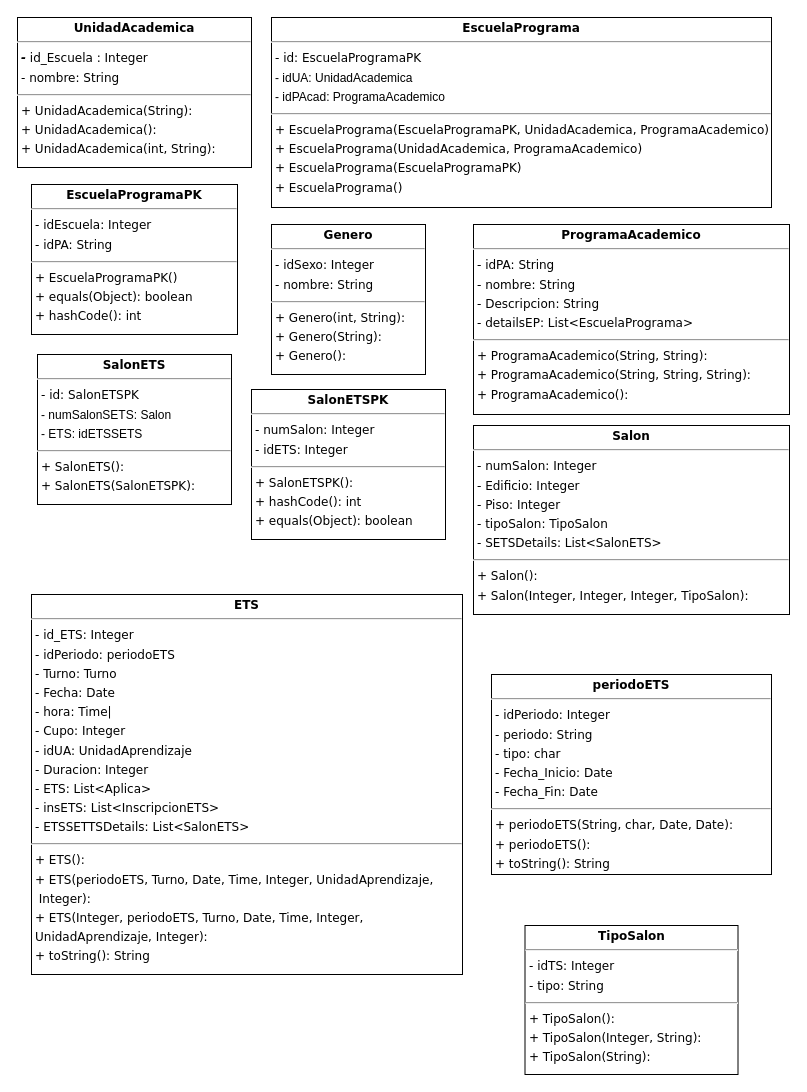
This is page "EntidadesP1" (2 of 4) of Clases/Diagrama Entidades Servidor.drawio from Jajr16/DocumentacionTT, a draw.io file, before an edit. Source tidied: cells renumbered, new cells numbered last; positions are measured from the earlier drawing's top-left corner, leaving out a move shared by most shapes. Both pictures are drawn from the tidied source at 100%, with x=0, y=0 at pixel (17, 17).
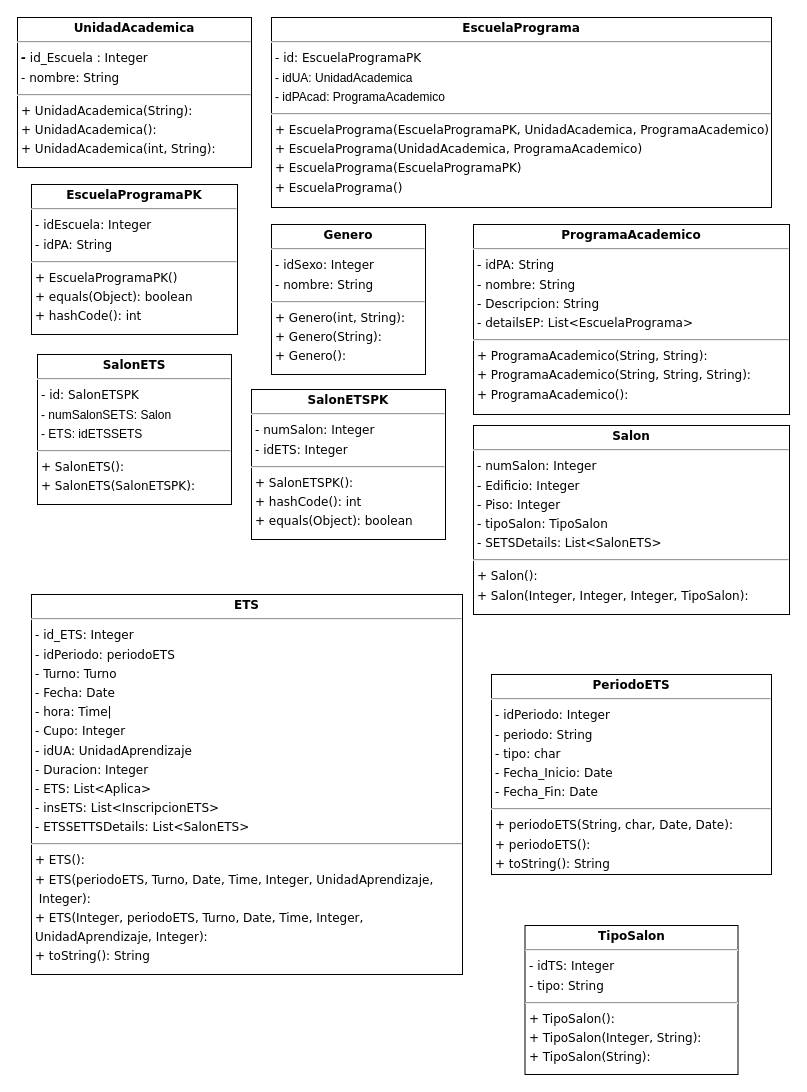
After the change.

Diff of the diagram source:
```diff
@@
 <mxGraphModel>
   <root>
     <mxCell id="0" />
     <mxCell id="1" parent="0" />
     <mxCell id="2" value="&lt;p style=&quot;margin:0px;margin-top:4px;text-align:center;&quot;&gt;&lt;b&gt;ETS&lt;/b&gt;&lt;/p&gt;&lt;hr&gt;&lt;p style=&quot;margin:0 0 0 4px;line-height:1.6;&quot;&gt;- id_ETS: Integer&lt;/p&gt;&lt;p style=&quot;margin:0 0 0 4px;line-height:1.6;&quot;&gt;- idPeriodo: periodoETS&lt;/p&gt;&lt;p style=&quot;margin:0 0 0 4px;line-height:1.6;&quot;&gt;- Turno: Turno&lt;/p&gt;&lt;p style=&quot;margin:0 0 0 4px;line-height:1.6;&quot;&gt;- Fecha: Date&lt;/p&gt;&lt;p style=&quot;margin:0 0 0 4px;line-height:1.6;&quot;&gt;- hora: Time|&lt;/p&gt;&lt;p style=&quot;margin:0 0 0 4px;line-height:1.6;&quot;&gt;- Cupo: Integer&lt;br&gt;- idUA: UnidadAprendizaje&lt;br&gt;- Duracion: Integer&lt;br&gt;- ETS: List&amp;lt;Aplica&amp;gt;&lt;/p&gt;&lt;p style=&quot;margin:0 0 0 4px;line-height:1.6;&quot;&gt;- insETS: List&amp;lt;InscripcionETS&amp;gt;&lt;br&gt;- ETSSETTSDetails: List&amp;lt;SalonETS&amp;gt;&lt;br&gt;&lt;/p&gt;&lt;hr&gt;&lt;p style=&quot;margin:0 0 0 4px;line-height:1.6;&quot;&gt;+ ETS():&lt;br&gt;+ ETS(periodoETS, Turno, Date, Time, Integer, UnidadAprendizaje,&lt;br&gt;&amp;nbsp;Integer):&lt;br&gt;+ ETS(Integer, periodoETS, Turno, Date, Time, Integer, &lt;br&gt;UnidadAprendizaje, Integer):&lt;/p&gt;&lt;p style=&quot;margin:0 0 0 4px;line-height:1.6;&quot;&gt;+ toString(): String&lt;/p&gt;" style="verticalAlign=top;align=left;overflow=fill;fontSize=12;fontFamily=Verdana;html=1;rounded=0;shadow=0;comic=0;labelBackgroundColor=none;strokeWidth=1;" parent="1" vertex="1">
       <mxGeometry x="14" y="577" width="431" height="380" as="geometry" />
     </mxCell>
     <mxCell id="3" value="&lt;p style=&quot;margin:0px;margin-top:4px;text-align:center;&quot;&gt;&lt;b&gt;EscuelaPrograma&lt;/b&gt;&lt;/p&gt;&lt;hr&gt;&lt;p style=&quot;margin:0 0 0 4px;line-height:1.6;&quot;&gt;&lt;/p&gt;&lt;p style=&quot;margin:0 0 0 4px;line-height:1.6;&quot;&gt;- id: EscuelaProgramaPK&lt;/p&gt;&lt;p style=&quot;margin:0 0 0 4px;line-height:1.6;&quot;&gt;&lt;span style=&quot;font-family: Helvetica; text-wrap-mode: wrap;&quot;&gt;- idUA:&amp;nbsp;UnidadAcademica&lt;/span&gt;&lt;/p&gt;&lt;p style=&quot;margin:0 0 0 4px;line-height:1.6;&quot;&gt;&lt;span style=&quot;font-family: Helvetica; text-wrap-mode: wrap;&quot;&gt;- idPAcad:&amp;nbsp;ProgramaAcademico&lt;/span&gt;&lt;span style=&quot;font-family: Helvetica; text-wrap-mode: wrap;&quot;&gt;&lt;/span&gt;&lt;/p&gt;&lt;hr&gt;&lt;p style=&quot;margin:0 0 0 4px;line-height:1.6;&quot;&gt;+ EscuelaPrograma(EscuelaProgramaPK, UnidadAcademica, ProgramaAcademico)&lt;br&gt;+ EscuelaPrograma(UnidadAcademica, ProgramaAcademico)&lt;br&gt;+ EscuelaPrograma(EscuelaProgramaPK)&lt;br&gt;+ EscuelaPrograma()&lt;/p&gt;" style="verticalAlign=top;align=left;overflow=fill;fontSize=12;fontFamily=Verdana;html=1;rounded=0;shadow=0;comic=0;labelBackgroundColor=none;strokeWidth=1;" parent="1" vertex="1">
       <mxGeometry x="254" width="500" height="190" as="geometry" />
     </mxCell>
     <mxCell id="4" value="&lt;p style=&quot;margin:0px;margin-top:4px;text-align:center;&quot;&gt;&lt;b&gt;EscuelaProgramaPK&lt;/b&gt;&lt;/p&gt;&lt;hr&gt;&lt;p style=&quot;margin:0 0 0 4px;line-height:1.6;&quot;&gt;- idEscuela: Integer&lt;br&gt;- idPA: String&lt;/p&gt;&lt;hr&gt;&lt;p style=&quot;margin:0 0 0 4px;line-height:1.6;&quot;&gt;+ EscuelaProgramaPK()&lt;/p&gt;&lt;p style=&quot;margin:0 0 0 4px;line-height:1.6;&quot;&gt;+ equals(Object): boolean&lt;br&gt;+ hashCode(): int&lt;/p&gt;" style="verticalAlign=top;align=left;overflow=fill;fontSize=12;fontFamily=Verdana;html=1;rounded=0;shadow=0;comic=0;labelBackgroundColor=none;strokeWidth=1;" parent="1" vertex="1">
       <mxGeometry x="14" y="167" width="206" height="150" as="geometry" />
     </mxCell>
     <mxCell id="5" value="&lt;p style=&quot;margin:0px;margin-top:4px;text-align:center;&quot;&gt;&lt;b&gt;ProgramaAcademico&lt;/b&gt;&lt;/p&gt;&lt;hr&gt;&lt;p style=&quot;margin:0 0 0 4px;line-height:1.6;&quot;&gt;- idPA: String&lt;/p&gt;&lt;p style=&quot;margin:0 0 0 4px;line-height:1.6;&quot;&gt;- nombre: String&lt;br&gt;- Descripcion: String&lt;br&gt;- detailsEP: List&amp;lt;EscuelaPrograma&amp;gt;&lt;br&gt;&lt;/p&gt;&lt;hr&gt;&lt;p style=&quot;margin:0 0 0 4px;line-height:1.6;&quot;&gt;+ ProgramaAcademico(String, String):&lt;br&gt;+ ProgramaAcademico(String, String, String):&lt;br&gt;+ ProgramaAcademico():&lt;/p&gt;&lt;div&gt;&lt;br&gt;&lt;/div&gt;" style="verticalAlign=top;align=left;overflow=fill;fontSize=12;fontFamily=Verdana;html=1;rounded=0;shadow=0;comic=0;labelBackgroundColor=none;strokeWidth=1;" parent="1" vertex="1">
       <mxGeometry x="456" y="207" width="316" height="190" as="geometry" />
     </mxCell>
     <mxCell id="6" value="&lt;p style=&quot;margin:0px;margin-top:4px;text-align:center;&quot;&gt;&lt;b&gt;Salon&lt;/b&gt;&lt;/p&gt;&lt;hr&gt;&lt;p style=&quot;margin: 0px 0px 0px 4px; line-height: 1.6;&quot;&gt;- numSalon: Integer&lt;br&gt;- Edificio: Integer&lt;br&gt;- Piso: Integer&lt;br&gt;- tipoSalon: TipoSalon&lt;/p&gt;&lt;p style=&quot;margin: 0px 0px 0px 4px; line-height: 1.6;&quot;&gt;- SETSDetails: List&amp;lt;SalonETS&amp;gt;&lt;br&gt;&lt;/p&gt;&lt;hr&gt;&lt;p style=&quot;margin:0 0 0 4px;line-height:1.6;&quot;&gt;&lt;span style=&quot;background-color: transparent; color: light-dark(rgb(0, 0, 0), rgb(255, 255, 255));&quot;&gt;+ Salon():&lt;/span&gt;&lt;/p&gt;&lt;p style=&quot;margin: 0px 0px 0px 4px; line-height: 1.6;&quot;&gt;+ Salon(Integer, Integer, Integer, TipoSalon):&lt;/p&gt;" style="verticalAlign=top;align=left;overflow=fill;fontSize=12;fontFamily=Verdana;html=1;rounded=0;shadow=0;comic=0;labelBackgroundColor=none;strokeWidth=1;" parent="1" vertex="1">
       <mxGeometry x="456" y="408" width="316" height="189" as="geometry" />
     </mxCell>
     <mxCell id="7" value="&lt;p style=&quot;margin:0px;margin-top:4px;text-align:center;&quot;&gt;&lt;b&gt;SalonETS&lt;/b&gt;&lt;/p&gt;&lt;hr&gt;&lt;p style=&quot;margin: 0px 0px 0px 4px; line-height: 1.6;&quot;&gt;- id: SalonETSPK&lt;/p&gt;&lt;p style=&quot;margin: 0px 0px 0px 4px; line-height: 1.6;&quot;&gt;&lt;span style=&quot;font-family: Helvetica; text-wrap-mode: wrap;&quot;&gt;- numSalonSETS:&amp;nbsp;Salon&lt;/span&gt;&lt;/p&gt;&lt;p style=&quot;margin: 0px 0px 0px 4px; line-height: 1.6;&quot;&gt;&lt;span style=&quot;font-family: Helvetica; text-wrap-mode: wrap;&quot;&gt;- ETS:&amp;nbsp;idETSSETS&lt;/span&gt;&lt;/p&gt;&lt;hr&gt;&lt;p style=&quot;margin:0 0 0 4px;line-height:1.6;&quot;&gt;&lt;span style=&quot;background-color: transparent; color: light-dark(rgb(0, 0, 0), rgb(255, 255, 255));&quot;&gt;+ SalonETS():&lt;/span&gt;&lt;/p&gt;&lt;p style=&quot;margin:0 0 0 4px;line-height:1.6;&quot;&gt;+ SalonETS(SalonETSPK):&lt;span style=&quot;font-family: Helvetica; text-wrap-mode: wrap;&quot;&gt;&lt;/span&gt;&lt;/p&gt;" style="verticalAlign=top;align=left;overflow=fill;fontSize=12;fontFamily=Verdana;html=1;rounded=0;shadow=0;comic=0;labelBackgroundColor=none;strokeWidth=1;" parent="1" vertex="1">
       <mxGeometry x="20" y="337" width="194" height="150" as="geometry" />
     </mxCell>
     <mxCell id="8" value="&lt;p style=&quot;margin:0px;margin-top:4px;text-align:center;&quot;&gt;&lt;b&gt;SalonETSPK&lt;/b&gt;&lt;/p&gt;&lt;hr&gt;&lt;p style=&quot;margin:0 0 0 4px;line-height:1.6;&quot;&gt;&lt;/p&gt;&lt;p style=&quot;margin:0 0 0 4px;line-height:1.6;&quot;&gt;- numSalon: Integer&lt;br&gt;- idETS: Integer&lt;/p&gt;&lt;hr&gt;&lt;p style=&quot;margin:0 0 0 4px;line-height:1.6;&quot;&gt;+ SalonETSPK():&lt;/p&gt;&lt;p style=&quot;margin:0 0 0 4px;line-height:1.6;&quot;&gt;+ hashCode(): int&lt;br&gt;+ equals(Object): boolean&lt;/p&gt;" style="verticalAlign=top;align=left;overflow=fill;fontSize=12;fontFamily=Verdana;html=1;rounded=0;shadow=0;comic=0;labelBackgroundColor=none;strokeWidth=1;" parent="1" vertex="1">
       <mxGeometry x="234" y="372" width="194" height="150" as="geometry" />
     </mxCell>
     <mxCell id="9" value="&lt;p style=&quot;margin:0px;margin-top:4px;text-align:center;&quot;&gt;&lt;b&gt;Genero&lt;/b&gt;&lt;/p&gt;&lt;hr&gt;&lt;p style=&quot;margin:0 0 0 4px;line-height:1.6;&quot;&gt;- idSexo: Integer&lt;br&gt;- nombre: String&lt;/p&gt;&lt;hr&gt;&lt;p style=&quot;margin:0 0 0 4px;line-height:1.6;&quot;&gt;&lt;span style=&quot;background-color: transparent;&quot;&gt;&lt;font style=&quot;color: rgb(0, 0, 0);&quot;&gt;+ Genero&lt;font style=&quot;color: rgb(0, 0, 0);&quot;&gt;(int, String)&lt;/font&gt;:&lt;/font&gt;&lt;/span&gt;&lt;/p&gt;&lt;p style=&quot;margin:0 0 0 4px;line-height:1.6;&quot;&gt;+ Genero(String):&lt;br&gt;+ Genero():&lt;/p&gt;" style="verticalAlign=top;align=left;overflow=fill;fontSize=12;fontFamily=Verdana;html=1;rounded=0;shadow=0;comic=0;labelBackgroundColor=none;strokeWidth=1;" parent="1" vertex="1">
       <mxGeometry x="254" y="207" width="154" height="150" as="geometry" />
     </mxCell>
     <mxCell id="10" value="&lt;p style=&quot;margin:0px;margin-top:4px;text-align:center;&quot;&gt;&lt;b&gt;TipoSalon&lt;/b&gt;&lt;/p&gt;&lt;hr&gt;&lt;p style=&quot;margin: 0px 0px 0px 4px; line-height: 1.6;&quot;&gt;- idTS: Integer&lt;/p&gt;&lt;p style=&quot;margin: 0px 0px 0px 4px; line-height: 1.6;&quot;&gt;- tipo: String&lt;/p&gt;&lt;hr&gt;&lt;p style=&quot;margin:0 0 0 4px;line-height:1.6;&quot;&gt;&lt;span style=&quot;background-color: transparent; color: light-dark(rgb(0, 0, 0), rgb(255, 255, 255));&quot;&gt;+ TipoSalon():&lt;/span&gt;&lt;/p&gt;&lt;p style=&quot;margin:0 0 0 4px;line-height:1.6;&quot;&gt;+ TipoSalon(Integer, String):&lt;br&gt;+ TipoSalon(String):&lt;/p&gt;" style="verticalAlign=top;align=left;overflow=fill;fontSize=12;fontFamily=Verdana;html=1;rounded=0;shadow=0;comic=0;labelBackgroundColor=none;strokeWidth=1;" parent="1" vertex="1">
       <mxGeometry x="507.5" y="908" width="213" height="149" as="geometry" />
     </mxCell>
     <mxCell id="11" value="&lt;p style=&quot;margin:0px;margin-top:4px;text-align:center;&quot;&gt;&lt;b&gt;UnidadAcademica&lt;/b&gt;&lt;/p&gt;&lt;hr&gt;&lt;p style=&quot;margin:0 0 0 4px;line-height:1.6;&quot;&gt;&lt;/p&gt;&lt;p style=&quot;margin:0 0 0 4px;line-height:1.6;&quot;&gt;&lt;span style=&quot;text-wrap-mode: wrap;&quot;&gt;&lt;font style=&quot;&quot; face=&quot;Verdana&quot;&gt;&lt;i style=&quot;font-weight: bold;&quot;&gt;-&lt;/i&gt; id_Escuela : Integer&lt;/font&gt;&lt;/span&gt;&lt;/p&gt;&lt;p style=&quot;margin:0 0 0 4px;line-height:1.6;&quot;&gt;- nombre: String&lt;/p&gt;&lt;hr&gt;&lt;p style=&quot;margin:0 0 0 4px;line-height:1.6;&quot;&gt;+ UnidadAcademica(String):&lt;br&gt;+ UnidadAcademica():&lt;br&gt;+ UnidadAcademica(int, String):&lt;/p&gt;" style="verticalAlign=top;align=left;overflow=fill;fontSize=12;fontFamily=Verdana;html=1;rounded=0;shadow=0;comic=0;labelBackgroundColor=none;strokeWidth=1;" parent="1" vertex="1">
       <mxGeometry width="234" height="150" as="geometry" />
     </mxCell>
-    <mxCell id="12" value="&lt;p style=&quot;margin:0px;margin-top:4px;text-align:center;&quot;&gt;&lt;b&gt;periodoETS&lt;/b&gt;&lt;/p&gt;&lt;hr&gt;&lt;p style=&quot;margin:0 0 0 4px;line-height:1.6;&quot;&gt;- idPeriodo: Integer&lt;br&gt;- periodo: String&lt;br&gt;&lt;/p&gt;&lt;p style=&quot;margin:0 0 0 4px;line-height:1.6;&quot;&gt;- tipo: char&lt;br&gt;- Fecha_Inicio: Date&lt;br&gt;- Fecha_Fin: Date&lt;/p&gt;&lt;hr&gt;&lt;p style=&quot;margin: 0px 0px 0px 4px; line-height: 1.6;&quot;&gt;+ periodoETS(String, char, Date, Date):&lt;br&gt;+ periodoETS():&lt;/p&gt;&lt;p style=&quot;margin:0 0 0 4px;line-height:1.6;&quot;&gt;+ toString(): String&lt;/p&gt;" style="verticalAlign=top;align=left;overflow=fill;fontSize=12;fontFamily=Verdana;html=1;rounded=0;shadow=0;comic=0;labelBackgroundColor=none;strokeWidth=1;" parent="1" vertex="1">
+    <mxCell id="12" value="&lt;p style=&quot;margin:0px;margin-top:4px;text-align:center;&quot;&gt;&lt;b&gt;PeriodoETS&lt;/b&gt;&lt;/p&gt;&lt;hr&gt;&lt;p style=&quot;margin:0 0 0 4px;line-height:1.6;&quot;&gt;- idPeriodo: Integer&lt;br&gt;- periodo: String&lt;br&gt;&lt;/p&gt;&lt;p style=&quot;margin:0 0 0 4px;line-height:1.6;&quot;&gt;- tipo: char&lt;br&gt;- Fecha_Inicio: Date&lt;br&gt;- Fecha_Fin: Date&lt;/p&gt;&lt;hr&gt;&lt;p style=&quot;margin: 0px 0px 0px 4px; line-height: 1.6;&quot;&gt;+ periodoETS(String, char, Date, Date):&lt;br&gt;+ periodoETS():&lt;/p&gt;&lt;p style=&quot;margin:0 0 0 4px;line-height:1.6;&quot;&gt;+ toString(): String&lt;/p&gt;" style="verticalAlign=top;align=left;overflow=fill;fontSize=12;fontFamily=Verdana;html=1;rounded=0;shadow=0;comic=0;labelBackgroundColor=none;strokeWidth=1;" parent="1" vertex="1">
       <mxGeometry x="474" y="657" width="280" height="200" as="geometry" />
     </mxCell>
   </root>
 </mxGraphModel>
```
